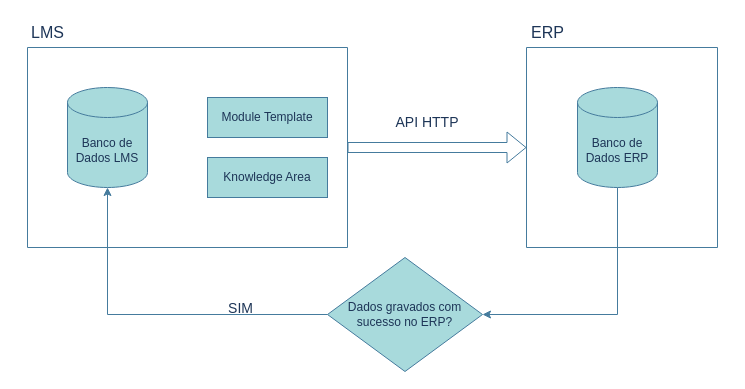
Earlier version of the draw.io diagram Diagrama sem nome.drawio (eldoncosta1/diagrams). Source tidied: cells renumbered, new cells numbered last; positions are measured from the earlier drawing's top-left corner, leaving out a move shared by most shapes. Both pictures are drawn from the tidied source at 100%, with x=0, y=0 at pixel (17, 17).
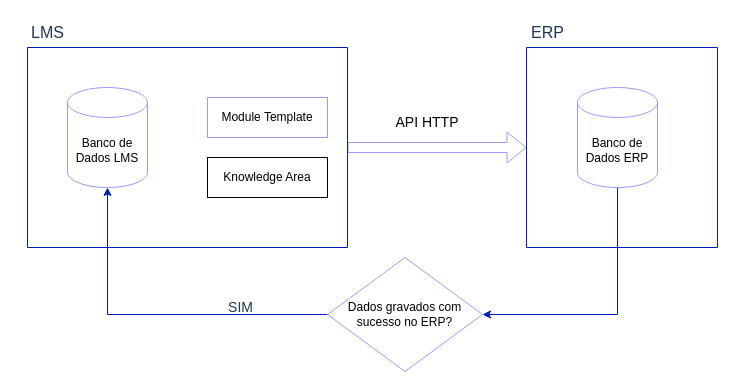
The same page after the edit.

What changed in the source:
```diff
@@
 <mxGraphModel background="#ffffff">
   <root>
     <mxCell id="0" />
     <mxCell id="1" parent="0" />
-    <mxCell id="2" value="Knowledge Area" style="rounded=0;whiteSpace=wrap;html=1;labelBackgroundColor=none;fillColor=#A8DADC;strokeColor=#457B9D;fontColor=#1D3557;" parent="1" vertex="1">
+    <mxCell id="2" value="Knowledge Area" style="rounded=0;whiteSpace=wrap;html=1;labelBackgroundColor=none;" parent="1" vertex="1">
       <mxGeometry x="190" y="140" width="120" height="40" as="geometry" />
     </mxCell>
-    <mxCell id="3" value="Module Template" style="rounded=0;whiteSpace=wrap;html=1;labelBackgroundColor=none;fillColor=#A8DADC;strokeColor=#457B9D;fontColor=#1D3557;" parent="1" vertex="1">
+    <mxCell id="3" value="Module Template" style="rounded=0;whiteSpace=wrap;html=1;labelBackgroundColor=none;strokeColor=#9999FF;" parent="1" vertex="1">
       <mxGeometry x="190" y="80" width="120" height="40" as="geometry" />
     </mxCell>
-    <mxCell id="4" style="shape=flexArrow;endArrow=classic;html=1;rounded=0;exitX=1;exitY=0.5;exitDx=0;exitDy=0;labelBackgroundColor=none;fontColor=default;strokeColor=#457B9D;" parent="1" edge="1" source="10" target="12">
+    <mxCell id="4" style="shape=flexArrow;endArrow=classic;html=1;rounded=0;exitX=1;exitY=0.5;exitDx=0;exitDy=0;labelBackgroundColor=none;fontColor=default;strokeColor=#9999FF;" parent="1" edge="1" source="10" target="12">
       <mxGeometry relative="1" as="geometry" />
     </mxCell>
-    <mxCell id="5" style="edgeStyle=orthogonalEdgeStyle;rounded=0;jettySize=auto;html=1;entryX=1;entryY=0.5;entryDx=0;entryDy=0;exitX=0.5;exitY=1;exitDx=0;exitDy=0;exitPerimeter=0;labelBackgroundColor=none;fontColor=default;strokeColor=#457B9D;" parent="1" edge="1" source="13" target="9">
+    <mxCell id="5" style="edgeStyle=orthogonalEdgeStyle;rounded=0;jettySize=auto;html=1;entryX=1;entryY=0.5;entryDx=0;entryDy=0;exitX=0.5;exitY=1;exitDx=0;exitDy=0;exitPerimeter=0;labelBackgroundColor=none;fontColor=default;strokeColor=#001DBC;fillColor=#0050ef;" parent="1" edge="1" source="13" target="9">
       <mxGeometry relative="1" as="geometry" />
     </mxCell>
-    <mxCell id="6" value="API HTTP" style="text;html=1;strokeColor=none;fillColor=none;align=center;verticalAlign=middle;whiteSpace=wrap;rounded=0;labelBackgroundColor=none;fontColor=#1D3557;fontSize=14;labelBorderColor=none;" parent="1" vertex="1">
+    <mxCell id="6" value="API HTTP" style="text;html=1;align=center;verticalAlign=middle;whiteSpace=wrap;rounded=0;labelBackgroundColor=none;fontSize=14;labelBorderColor=none;" parent="1" vertex="1">
       <mxGeometry x="350" y="90" width="120" height="30" as="geometry" />
     </mxCell>
-    <mxCell id="7" style="edgeStyle=orthogonalEdgeStyle;rounded=0;jettySize=auto;html=1;entryX=0.5;entryY=1;entryDx=0;entryDy=0;entryPerimeter=0;labelBackgroundColor=none;fontColor=default;strokeColor=#457B9D;" parent="1" edge="1" source="9" target="11">
+    <mxCell id="7" style="edgeStyle=orthogonalEdgeStyle;rounded=0;jettySize=auto;html=1;entryX=0.5;entryY=1;entryDx=0;entryDy=0;entryPerimeter=0;labelBackgroundColor=none;fontColor=default;fillColor=#0050ef;strokeColor=#001DBC;" parent="1" edge="1" source="9" target="11">
       <mxGeometry relative="1" as="geometry" />
     </mxCell>
     <mxCell id="8" value="SIM" style="edgeLabel;html=1;align=center;verticalAlign=middle;fontSize=14;labelBackgroundColor=none;fontColor=#1D3557;" parent="7" vertex="1">
       <mxGeometry x="-0.49" y="-1" relative="1" as="geometry">
-        <mxPoint y="-6" as="offset" />
+        <mxPoint y="-7" as="offset" />
       </mxGeometry>
     </mxCell>
-    <mxCell id="9" value="Dados gravados com sucesso no ERP?" style="rhombus;whiteSpace=wrap;html=1;labelBackgroundColor=none;fillColor=#A8DADC;strokeColor=#457B9D;fontColor=#1D3557;" parent="1" vertex="1">
+    <mxCell id="9" value="Dados gravados com sucesso no ERP?" style="rhombus;whiteSpace=wrap;html=1;labelBackgroundColor=none;strokeColor=#9999FF;" parent="1" vertex="1">
       <mxGeometry x="310" y="240" width="155" height="114" as="geometry" />
     </mxCell>
-    <mxCell id="10" style="swimlane;startSize=0;fontSize=16;labelBackgroundColor=none;fillColor=#A8DADC;strokeColor=#457B9D;fontColor=#1D3557;" parent="1" vertex="1">
+    <mxCell id="10" style="swimlane;startSize=0;fontSize=16;labelBackgroundColor=none;fillColor=#0050ef;strokeColor=#001DBC;fontColor=#ffffff;" parent="1" vertex="1">
       <mxGeometry x="10" y="30" width="320" height="200" as="geometry" />
     </mxCell>
-    <mxCell id="11" value="Banco de Dados LMS" style="shape=cylinder3;whiteSpace=wrap;html=1;boundedLbl=1;backgroundOutline=1;size=15;labelBackgroundColor=none;fillColor=#A8DADC;strokeColor=#457B9D;fontColor=#1D3557;" parent="10" vertex="1">
+    <mxCell id="11" value="Banco de Dados LMS" style="shape=cylinder3;whiteSpace=wrap;html=1;boundedLbl=1;backgroundOutline=1;size=15;labelBackgroundColor=none;strokeColor=#9999FF;" parent="10" vertex="1">
       <mxGeometry x="40" y="40" width="80" height="100" as="geometry" />
     </mxCell>
-    <mxCell id="12" style="swimlane;startSize=0;fontSize=16;labelBackgroundColor=none;fillColor=#A8DADC;strokeColor=#457B9D;fontColor=#1D3557;" parent="1" vertex="1">
+    <mxCell id="12" style="swimlane;startSize=0;fontSize=16;labelBackgroundColor=none;fillColor=#0050ef;fontColor=#ffffff;strokeColor=#001DBC;" parent="1" vertex="1">
       <mxGeometry x="509" y="30" width="191" height="200" as="geometry" />
     </mxCell>
-    <mxCell id="13" value="Banco de Dados ERP" style="shape=cylinder3;whiteSpace=wrap;html=1;boundedLbl=1;backgroundOutline=1;size=15;labelBackgroundColor=none;fillColor=#A8DADC;strokeColor=#457B9D;fontColor=#1D3557;" parent="12" vertex="1">
+    <mxCell id="13" value="Banco de Dados ERP" style="shape=cylinder3;whiteSpace=wrap;html=1;boundedLbl=1;backgroundOutline=1;size=15;labelBackgroundColor=none;strokeColor=#9999FF;" parent="12" vertex="1">
       <mxGeometry x="51" y="40" width="80" height="100" as="geometry" />
     </mxCell>
     <mxCell id="14" value="ERP" style="text;html=1;align=center;verticalAlign=middle;strokeColor=none;fillColor=none;fontSize=16;labelBackgroundColor=none;fontColor=#1D3557;" parent="1" vertex="1">
       <mxGeometry x="500" width="60" height="30" as="geometry" />
     </mxCell>
     <mxCell id="15" value="LMS" style="text;html=1;align=center;verticalAlign=middle;strokeColor=none;fillColor=none;fontSize=16;labelBackgroundColor=none;fontColor=#1D3557;" parent="1" vertex="1">
       <mxGeometry width="60" height="30" as="geometry" />
     </mxCell>
     <mxCell id="16" style="edgeStyle=none;curved=1;rounded=0;orthogonalLoop=1;jettySize=auto;html=1;exitX=1;exitY=0.5;exitDx=0;exitDy=0;fontSize=12;startSize=8;endSize=8;labelBackgroundColor=none;fontColor=default;strokeColor=#457B9D;" parent="1" edge="1" source="12" target="12">
       <mxGeometry relative="1" as="geometry" />
     </mxCell>
     <mxCell id="17" style="edgeStyle=none;curved=1;rounded=0;orthogonalLoop=1;jettySize=auto;html=1;exitX=0;exitY=0.5;exitDx=0;exitDy=0;fontSize=12;startSize=8;endSize=8;labelBackgroundColor=none;fontColor=default;strokeColor=#457B9D;" parent="1" edge="1" source="10" target="10">
       <mxGeometry relative="1" as="geometry" />
     </mxCell>
   </root>
 </mxGraphModel>
```
